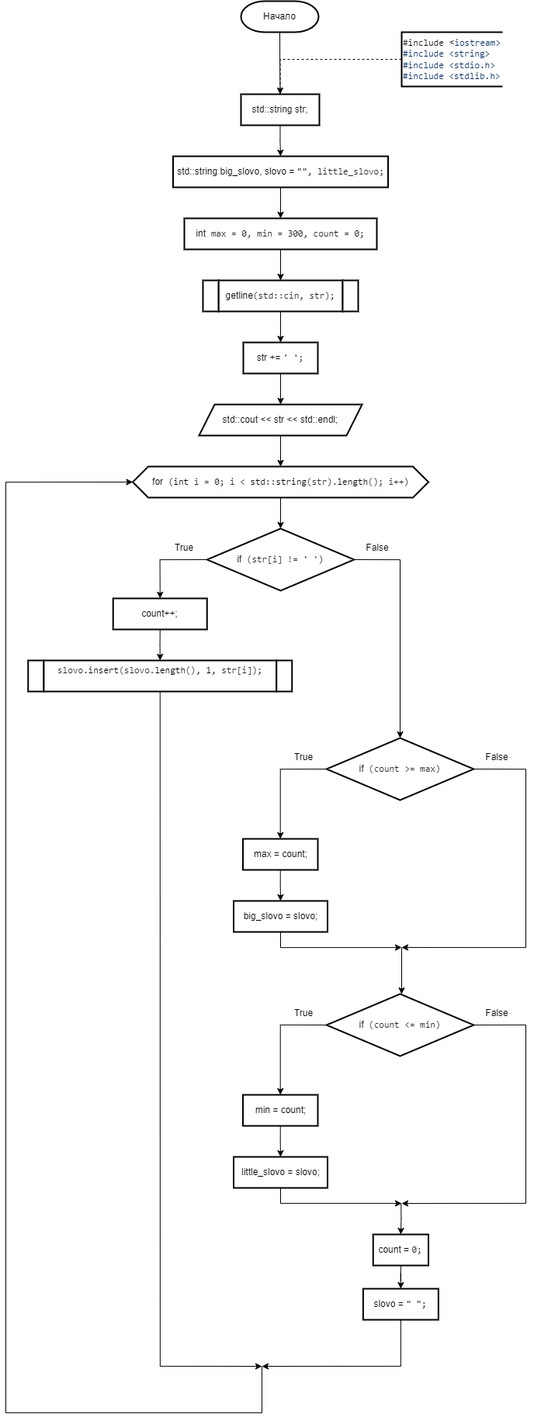
IlyaFedoseev227/LABS-PNRPU-IVT-22-1b keeps this draw.io diagram as 2 Семестр/Labs/6 Лаба/6 Лаба.png. Above is the earlier version. Source tidied: cells renumbered, new cells last; positions are measured from the earlier drawing's top-left corner, leaving out a move shared by most shapes.
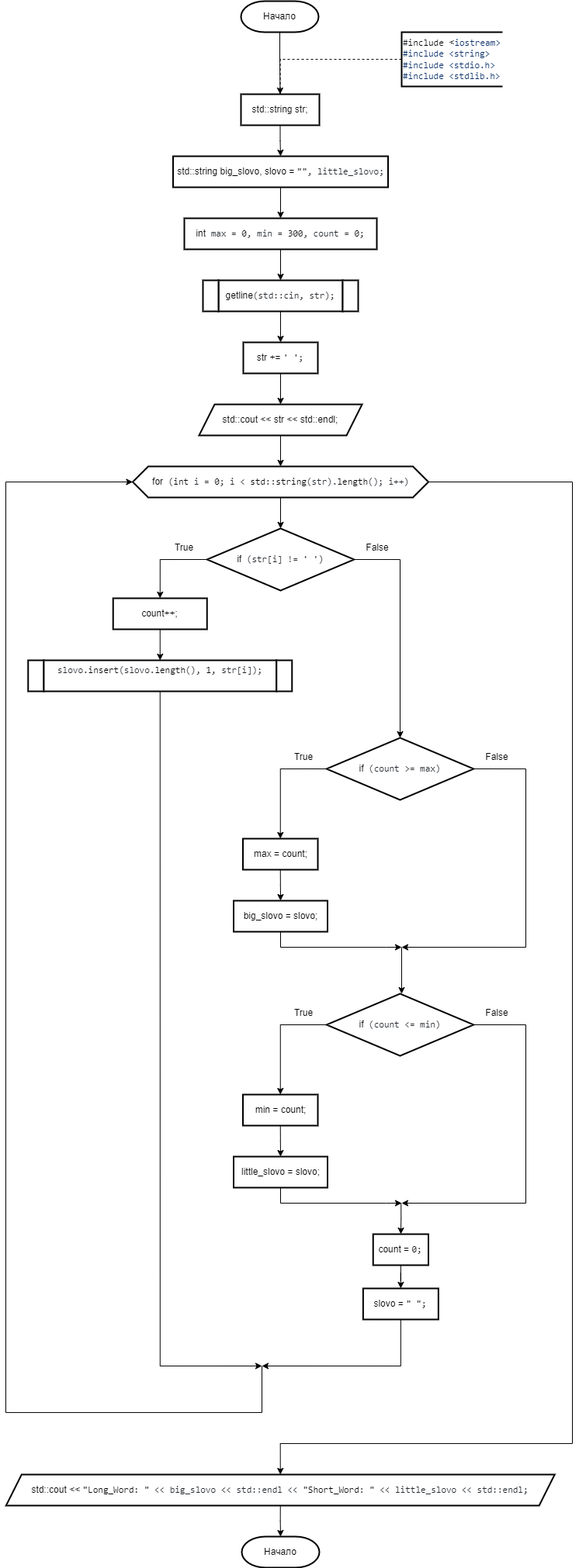
After the change.

Change to the diagram source:
```diff
@@ -63,6 +63,15 @@
     <mxCell id="20" style="edgeStyle=orthogonalEdgeStyle;rounded=0;jettySize=auto;html=1;exitX=0.5;exitY=1;exitDx=0;exitDy=0;entryX=0.5;entryY=0;entryDx=0;entryDy=0;strokeWidth=1;endArrow=classic;endFill=1;" parent="1" edge="1" source="21" target="24">
       <mxGeometry relative="1" as="geometry" />
     </mxCell>
+    <mxCell id="58" style="edgeStyle=orthogonalEdgeStyle;rounded=0;jettySize=auto;html=1;exitX=1;exitY=0.5;exitDx=0;exitDy=0;entryX=0.5;entryY=0;entryDx=0;entryDy=0;" parent="1" edge="1" source="21" target="60">
+      <mxGeometry relative="1" as="geometry">
+        <Array as="points">
+          <mxPoint x="730" y="620" />
+          <mxPoint x="730" y="1860" />
+          <mxPoint x="353" y="1860" />
+        </Array>
+      </mxGeometry>
+    </mxCell>
     <mxCell id="21" value="&lt;div style=&quot;text-align: start;&quot;&gt;for&lt;span style=&quot;color: rgb(36, 41, 47); font-family: ui-monospace, SFMono-Regular, &amp;quot;SF Mono&amp;quot;, Menlo, Consolas, &amp;quot;Liberation Mono&amp;quot;, monospace; background-color: rgb(255, 255, 255);&quot;&gt; (&lt;/span&gt;&lt;span style=&quot;box-sizing: border-box; color: var(--color-prettylights-syntax-keyword); font-family: ui-monospace, SFMono-Regular, &amp;quot;SF Mono&amp;quot;, Menlo, Consolas, &amp;quot;Liberation Mono&amp;quot;, monospace; background-color: rgb(255, 255, 255);&quot; class=&quot;pl-k&quot;&gt;int&lt;/span&gt;&lt;span style=&quot;color: rgb(36, 41, 47); font-family: ui-monospace, SFMono-Regular, &amp;quot;SF Mono&amp;quot;, Menlo, Consolas, &amp;quot;Liberation Mono&amp;quot;, monospace; background-color: rgb(255, 255, 255);&quot;&gt; i = &lt;/span&gt;&lt;span style=&quot;box-sizing: border-box; color: var(--color-prettylights-syntax-constant); font-family: ui-monospace, SFMono-Regular, &amp;quot;SF Mono&amp;quot;, Menlo, Consolas, &amp;quot;Liberation Mono&amp;quot;, monospace; background-color: rgb(255, 255, 255);&quot; class=&quot;pl-c1&quot;&gt;0&lt;/span&gt;&lt;span style=&quot;color: rgb(36, 41, 47); font-family: ui-monospace, SFMono-Regular, &amp;quot;SF Mono&amp;quot;, Menlo, Consolas, &amp;quot;Liberation Mono&amp;quot;, monospace; background-color: rgb(255, 255, 255);&quot;&gt;; i &amp;lt; &lt;/span&gt;&lt;span style=&quot;box-sizing: border-box; color: var(--color-prettylights-syntax-constant); font-family: ui-monospace, SFMono-Regular, &amp;quot;SF Mono&amp;quot;, Menlo, Consolas, &amp;quot;Liberation Mono&amp;quot;, monospace; background-color: rgb(255, 255, 255);&quot; class=&quot;pl-c1&quot;&gt;std::string&lt;/span&gt;&lt;span style=&quot;color: rgb(36, 41, 47); font-family: ui-monospace, SFMono-Regular, &amp;quot;SF Mono&amp;quot;, Menlo, Consolas, &amp;quot;Liberation Mono&amp;quot;, monospace; background-color: rgb(255, 255, 255);&quot;&gt;(str).&lt;/span&gt;&lt;span style=&quot;box-sizing: border-box; color: var(--color-prettylights-syntax-constant); font-family: ui-monospace, SFMono-Regular, &amp;quot;SF Mono&amp;quot;, Menlo, Consolas, &amp;quot;Liberation Mono&amp;quot;, monospace; background-color: rgb(255, 255, 255);&quot; class=&quot;pl-c1&quot;&gt;length&lt;/span&gt;&lt;span style=&quot;color: rgb(36, 41, 47); font-family: ui-monospace, SFMono-Regular, &amp;quot;SF Mono&amp;quot;, Menlo, Consolas, &amp;quot;Liberation Mono&amp;quot;, monospace; background-color: rgb(255, 255, 255);&quot;&gt;(); i++)&lt;/span&gt;&lt;br&gt;&lt;/div&gt;" style="shape=hexagon;perimeter=hexagonPerimeter2;whiteSpace=wrap;html=1;fixedSize=1;strokeWidth=2;" parent="1" vertex="1">
       <mxGeometry x="163.5" y="600" width="381" height="40" as="geometry" />
     </mxCell>
@@ -224,5 +233,14 @@
     <mxCell id="57" value="&lt;div style=&quot;text-align: start;&quot;&gt;slovo = &lt;span style=&quot;box-sizing: border-box; color: var(--color-prettylights-syntax-string); font-family: ui-monospace, SFMono-Regular, &amp;quot;SF Mono&amp;quot;, Menlo, Consolas, &amp;quot;Liberation Mono&amp;quot;, monospace; background-color: rgb(255, 255, 255);&quot; class=&quot;pl-s&quot;&gt;&lt;span style=&quot;box-sizing: border-box; color: var(--color-prettylights-syntax-string);&quot; class=&quot;pl-pds&quot;&gt;&quot;&lt;/span&gt; &lt;span style=&quot;box-sizing: border-box; color: var(--color-prettylights-syntax-string);&quot; class=&quot;pl-pds&quot;&gt;&quot;&lt;/span&gt;&lt;/span&gt;&lt;span style=&quot;color: rgb(36, 41, 47); font-family: ui-monospace, SFMono-Regular, &amp;quot;SF Mono&amp;quot;, Menlo, Consolas, &amp;quot;Liberation Mono&amp;quot;, monospace; background-color: rgb(255, 255, 255);&quot;&gt;;&lt;/span&gt;&lt;br&gt;&lt;/div&gt;" style="shape=parallelogram;perimeter=parallelogramPerimeter;whiteSpace=wrap;html=1;fixedSize=1;strokeWidth=2;size=-6;" parent="1" vertex="1">
       <mxGeometry x="460.4" y="1660" width="97" height="40" as="geometry" />
     </mxCell>
+    <mxCell id="59" style="edgeStyle=orthogonalEdgeStyle;rounded=0;jettySize=auto;html=1;exitX=0.5;exitY=1;exitDx=0;exitDy=0;entryX=0.5;entryY=0;entryDx=0;entryDy=0;entryPerimeter=0;" parent="1" edge="1" source="60" target="61">
+      <mxGeometry relative="1" as="geometry" />
+    </mxCell>
+    <mxCell id="60" value="&lt;div style=&quot;text-align: start;&quot;&gt;std::cout &amp;lt;&amp;lt; &lt;span style=&quot;box-sizing: border-box; color: var(--color-prettylights-syntax-string); font-family: ui-monospace, SFMono-Regular, &amp;quot;SF Mono&amp;quot;, Menlo, Consolas, &amp;quot;Liberation Mono&amp;quot;, monospace; background-color: rgb(255, 255, 255);&quot; class=&quot;pl-s&quot;&gt;&lt;span style=&quot;box-sizing: border-box; color: var(--color-prettylights-syntax-string);&quot; class=&quot;pl-pds&quot;&gt;&quot;&lt;/span&gt;Long_Word: &lt;span style=&quot;box-sizing: border-box; color: var(--color-prettylights-syntax-string);&quot; class=&quot;pl-pds&quot;&gt;&quot;&lt;/span&gt;&lt;/span&gt;&lt;span style=&quot;color: rgb(36, 41, 47); font-family: ui-monospace, SFMono-Regular, &amp;quot;SF Mono&amp;quot;, Menlo, Consolas, &amp;quot;Liberation Mono&amp;quot;, monospace; background-color: rgb(255, 255, 255);&quot;&gt; &amp;lt;&amp;lt; big_slovo &amp;lt;&amp;lt; std::endl &amp;lt;&amp;lt; &lt;/span&gt;&lt;span style=&quot;box-sizing: border-box; color: var(--color-prettylights-syntax-string); font-family: ui-monospace, SFMono-Regular, &amp;quot;SF Mono&amp;quot;, Menlo, Consolas, &amp;quot;Liberation Mono&amp;quot;, monospace; background-color: rgb(255, 255, 255);&quot; class=&quot;pl-s&quot;&gt;&lt;span style=&quot;box-sizing: border-box; color: var(--color-prettylights-syntax-string);&quot; class=&quot;pl-pds&quot;&gt;&quot;&lt;/span&gt;Short_Word: &lt;span style=&quot;box-sizing: border-box; color: var(--color-prettylights-syntax-string);&quot; class=&quot;pl-pds&quot;&gt;&quot;&lt;/span&gt;&lt;/span&gt;&lt;span style=&quot;color: rgb(36, 41, 47); font-family: ui-monospace, SFMono-Regular, &amp;quot;SF Mono&amp;quot;, Menlo, Consolas, &amp;quot;Liberation Mono&amp;quot;, monospace; background-color: rgb(255, 255, 255);&quot;&gt; &amp;lt;&amp;lt; little_slovo &amp;lt;&amp;lt; std::endl;&lt;/span&gt;&lt;br&gt;&lt;/div&gt;" style="shape=parallelogram;perimeter=parallelogramPerimeter;whiteSpace=wrap;html=1;fixedSize=1;strokeWidth=2;size=20;" parent="1" vertex="1">
+      <mxGeometry x="0.3" y="1900" width="706.8" height="40" as="geometry" />
+    </mxCell>
+    <mxCell id="61" value="Начало" style="strokeWidth=2;html=1;shape=mxgraph.flowchart.terminator;whiteSpace=wrap;" parent="1" vertex="1">
+      <mxGeometry x="304" y="1980" width="100" height="40" as="geometry" />
+    </mxCell>
   </root>
 </mxGraphModel>
```
